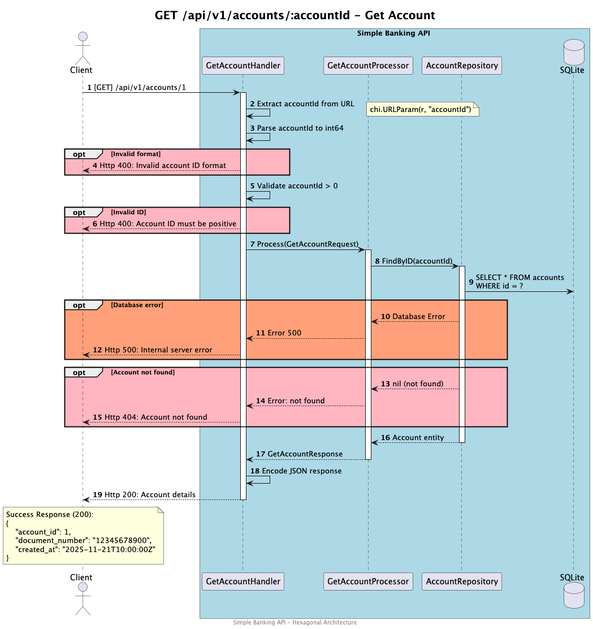
Before: docs/sequence-diagrams/endpoint-create-transaction.png, a diagram exported from PlantUML (larissamartinsss/simple-banking-api). Source of this version:
```plantuml
@startuml get-account-sequence
footer Simple Banking API - Hexagonal Architecture
title <size:20>GET /api/v1/accounts/:accountId - Get Account</size>

autonumber

actor Client

box Simple Banking API #lightblue
    participant "GetAccountHandler" as Handler
    participant "GetAccountProcessor" as Processor
    participant "AccountRepository" as Repo
    database SQLite
end box

Client -> Handler: [GET] /api/v1/accounts/1

activate Handler

    Handler -> Handler: Extract accountId from URL
    note right: chi.URLParam(r, "accountId")

    Handler -> Handler: Parse accountId to int64
    opt #LightPink Invalid format
        Client <-- Handler: Http 400: Invalid account ID format
    end

    Handler -> Handler: Validate accountId > 0
    opt #LightPink Invalid ID
        Client <-- Handler: Http 400: Account ID must be positive
    end

    Handler -> Processor: Process(GetAccountRequest)
    activate Processor

        Processor -> Repo: FindByID(accountId)
        activate Repo
            Repo -> SQLite: SELECT * FROM accounts\nWHERE id = ?

            opt #LightSalmon Database error
                Processor <-- Repo: Database Error
                Handler <-- Processor: Error 500
                Client <-- Handler: Http 500: Internal server error
            end

            opt #LightPink Account not found
                Processor <-- Repo: nil (not found)
                Handler <-- Processor: Error: not found
                Client <-- Handler: Http 404: Account not found
            end

            Processor <-- Repo: Account entity
        deactivate Repo

        Handler <-- Processor: GetAccountResponse
    deactivate Processor

    Handler -> Handler: Encode JSON response

    Client <-- Handler: Http 200: Account details

deactivate Handler

note over Client
    Success Response (200):
    {
        "account_id": 1,
        "document_number": "12345678900",
        "created_at": "2025-11-21T10:00:00Z"
    }
end note

@enduml
```
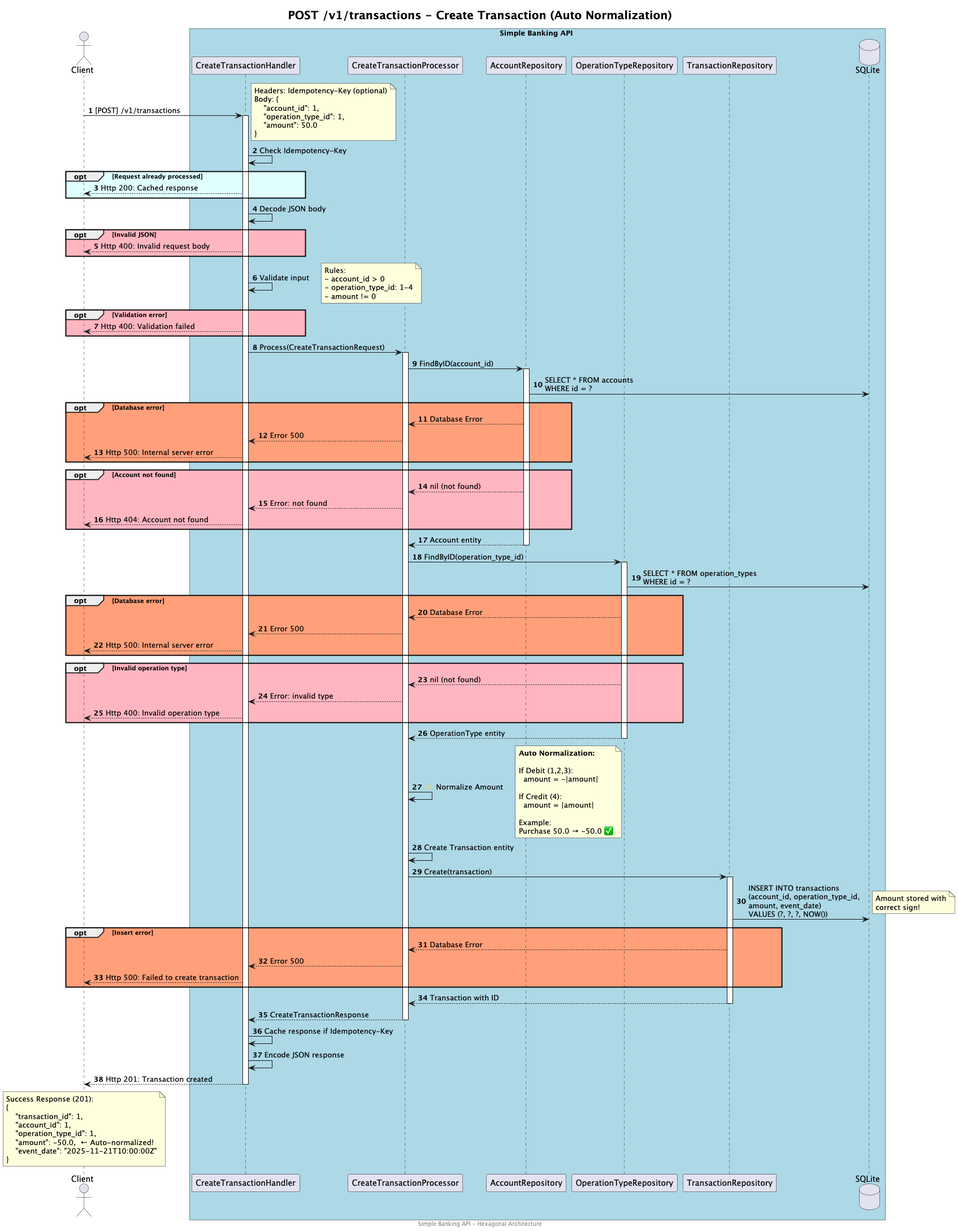
The same file after the commit.

Change to the diagram source:
```diff
@@ -1,72 +1,143 @@
-@startuml get-account-sequence
+@startuml create-transaction-sequence
 footer Simple Banking API - Hexagonal Architecture
-title <size:20>GET /api/v1/accounts/:accountId - Get Account</size>
+title <size:20>POST /v1/transactions - Create Transaction (Auto Normalization)</size>
 
 autonumber
 
 actor Client
 
 box Simple Banking API #lightblue
-    participant "GetAccountHandler" as Handler
-    participant "GetAccountProcessor" as Processor
-    participant "AccountRepository" as Repo
+    participant "CreateTransactionHandler" as Handler
+    participant "CreateTransactionProcessor" as Processor
+    participant "AccountRepository" as AccRepo
+    participant "OperationTypeRepository" as OpRepo
+    participant "TransactionRepository" as TxRepo
     database SQLite
 end box
 
-Client -> Handler: [GET] /api/v1/accounts/1
+Client -> Handler: [POST] /v1/transactions
+note right
+    Headers: Idempotency-Key (optional)
+    Body: {
+        "account_id": 1,
+        "operation_type_id": 1,
+        "amount": 50.0
+    }
+end note
 
 activate Handler
 
-    Handler -> Handler: Extract accountId from URL
-    note right: chi.URLParam(r, "accountId")
-
-    Handler -> Handler: Parse accountId to int64
-    opt #LightPink Invalid format
-        Client <-- Handler: Http 400: Invalid account ID format
+    Handler -> Handler: Check Idempotency-Key
+    opt #LightCyan Request already processed
+        Client <-- Handler: Http 200: Cached response
     end
 
-    Handler -> Handler: Validate accountId > 0
-    opt #LightPink Invalid ID
-        Client <-- Handler: Http 400: Account ID must be positive
+    Handler -> Handler: Decode JSON body
+    opt #LightPink Invalid JSON
+        Client <-- Handler: Http 400: Invalid request body
     end
 
-    Handler -> Processor: Process(GetAccountRequest)
+    Handler -> Handler: Validate input
+    note right
+        Rules:
+        - account_id > 0
+        - operation_type_id: 1-4
+        - amount != 0
+    end note
+
+    opt #LightPink Validation error
+        Client <-- Handler: Http 400: Validation failed
+    end
+
+    Handler -> Processor: Process(CreateTransactionRequest)
     activate Processor
 
-        Processor -> Repo: FindByID(accountId)
-        activate Repo
-            Repo -> SQLite: SELECT * FROM accounts\nWHERE id = ?
+        Processor -> AccRepo: FindByID(account_id)
+        activate AccRepo
+            AccRepo -> SQLite: SELECT * FROM accounts\nWHERE id = ?
 
             opt #LightSalmon Database error
-                Processor <-- Repo: Database Error
+                Processor <-- AccRepo: Database Error
                 Handler <-- Processor: Error 500
                 Client <-- Handler: Http 500: Internal server error
             end
 
             opt #LightPink Account not found
-                Processor <-- Repo: nil (not found)
+                Processor <-- AccRepo: nil (not found)
                 Handler <-- Processor: Error: not found
                 Client <-- Handler: Http 404: Account not found
             end
 
-            Processor <-- Repo: Account entity
-        deactivate Repo
+            Processor <-- AccRepo: Account entity
+        deactivate AccRepo
 
-        Handler <-- Processor: GetAccountResponse
+        Processor -> OpRepo: FindByID(operation_type_id)
+        activate OpRepo
+            OpRepo -> SQLite: SELECT * FROM operation_types\nWHERE id = ?
+
+            opt #LightSalmon Database error
+                Processor <-- OpRepo: Database Error
+                Handler <-- Processor: Error 500
+                Client <-- Handler: Http 500: Internal server error
+            end
+
+            opt #LightPink Invalid operation type
+                Processor <-- OpRepo: nil (not found)
+                Handler <-- Processor: Error: invalid type
+                Client <-- Handler: Http 400: Invalid operation type
+            end
+
+            Processor <-- OpRepo: OperationType entity
+        deactivate OpRepo
+
+        Processor -> Processor: ✨ Normalize Amount
+        note right
+            **Auto Normalization:**
+
+            If Debit (1,2,3):
+              amount = -|amount|
+
+            If Credit (4):
+              amount = |amount|
+
+            Example:
+            Purchase 50.0 → -50.0 ✅
+        end note
+
+        Processor -> Processor: Create Transaction entity
+
+        Processor -> TxRepo: Create(transaction)
+        activate TxRepo
+            TxRepo -> SQLite: INSERT INTO transactions\n(account_id, operation_type_id,\namount, event_date)\nVALUES (?, ?, ?, NOW())
+            note right: Amount stored with\ncorrect sign!
+
+            opt #LightSalmon Insert error
+                Processor <-- TxRepo: Database Error
+                Handler <-- Processor: Error 500
+                Client <-- Handler: Http 500: Failed to create transaction
+            end
+
+            Processor <-- TxRepo: Transaction with ID
+        deactivate TxRepo
+
+        Handler <-- Processor: CreateTransactionResponse
     deactivate Processor
 
+    Handler -> Handler: Cache response if Idempotency-Key
     Handler -> Handler: Encode JSON response
 
-    Client <-- Handler: Http 200: Account details
+    Client <-- Handler: Http 201: Transaction created
 
 deactivate Handler
 
 note over Client
-    Success Response (200):
+    Success Response (201):
     {
+        "transaction_id": 1,
         "account_id": 1,
-        "document_number": "12345678900",
-        "created_at": "2025-11-21T10:00:00Z"
+        "operation_type_id": 1,
+        "amount": -50.0,  ← Auto-normalized!
+        "event_date": "2025-11-21T10:00:00Z"
     }
 end note
 
```
